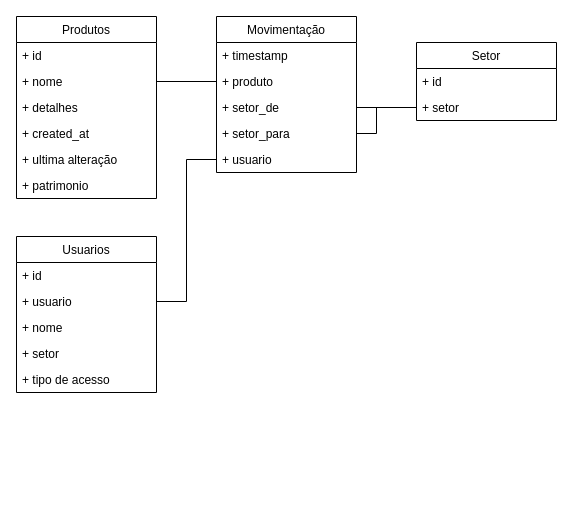
The draw.io diagram docs/banco de dados.drawio in fernando-fix/hebert-project, before the edit. Source tidied: cells renumbered, new cells numbered last; positions are measured from the earlier drawing's top-left corner, leaving out a move shared by most shapes. Both pictures are drawn from the tidied source at 100%, with x=0, y=0 at pixel (16, 16).
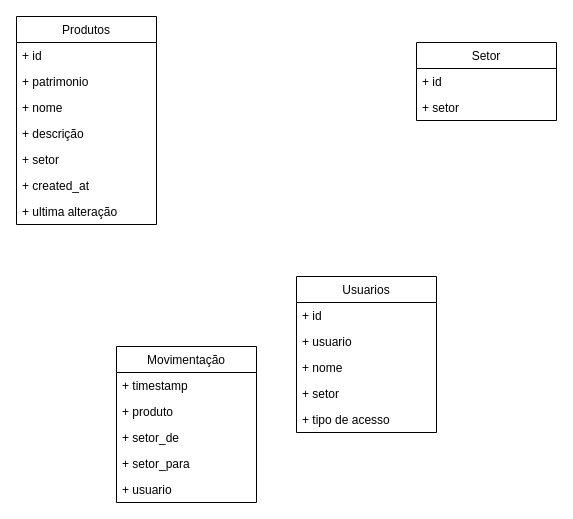
The same diagram, later.

The change refers to these unchanged cells:
```xml
<mxCell id="4" value="+ usuario" style="text;strokeColor=none;fillColor=none;align=left;verticalAlign=top;spacingLeft=4;spacingRight=4;overflow=hidden;points=[[0,0.5],[1,0.5]];portConstraint=eastwest;" parent="2" vertex="1">
  <mxGeometry y="52" width="140" height="26" as="geometry" />
</mxCell>
<mxCell id="17" value="+ produto" style="text;strokeColor=none;fillColor=none;align=left;verticalAlign=top;spacingLeft=4;spacingRight=4;overflow=hidden;points=[[0,0.5],[1,0.5]];portConstraint=eastwest;" parent="15" vertex="1">
  <mxGeometry y="52" width="140" height="26" as="geometry" />
</mxCell>
<mxCell id="18" value="+ setor_de" style="text;strokeColor=none;fillColor=none;align=left;verticalAlign=top;spacingLeft=4;spacingRight=4;overflow=hidden;points=[[0,0.5],[1,0.5]];portConstraint=eastwest;" parent="15" vertex="1">
  <mxGeometry y="78" width="140" height="26" as="geometry" />
</mxCell>
<mxCell id="19" value="+ setor_para" style="text;strokeColor=none;fillColor=none;align=left;verticalAlign=top;spacingLeft=4;spacingRight=4;overflow=hidden;points=[[0,0.5],[1,0.5]];portConstraint=eastwest;" parent="15" vertex="1">
  <mxGeometry y="104" width="140" height="26" as="geometry" />
</mxCell>
<mxCell id="20" value="+ usuario" style="text;strokeColor=none;fillColor=none;align=left;verticalAlign=top;spacingLeft=4;spacingRight=4;overflow=hidden;points=[[0,0.5],[1,0.5]];portConstraint=eastwest;" parent="15" vertex="1">
  <mxGeometry y="130" width="140" height="26" as="geometry" />
</mxCell>
<mxCell id="23" value="+ setor" style="text;strokeColor=none;fillColor=none;align=left;verticalAlign=top;spacingLeft=4;spacingRight=4;overflow=hidden;points=[[0,0.5],[1,0.5]];portConstraint=eastwest;" parent="21" vertex="1">
  <mxGeometry y="52" width="140" height="26" as="geometry" />
</mxCell>
```

Diff of the diagram source:
```diff
@@
     <mxCell id="2" value="Usuarios" style="swimlane;fontStyle=0;horizontal=1;startSize=26;fillColor=none;" parent="1" vertex="1">
-      <mxGeometry y="220" width="140" height="156" as="geometry" />
+      <mxGeometry x="280" y="260" width="140" height="156" as="geometry" />
     </mxCell>
@@
     <mxCell id="8" value="Produtos" style="swimlane;fontStyle=0;horizontal=1;startSize=26;fillColor=none;" parent="1" vertex="1">
-      <mxGeometry width="140" height="182" as="geometry" />
+      <mxGeometry width="140" height="208" as="geometry" />
     </mxCell>
@@
+    <mxCell id="14" value="+ patrimonio" style="text;strokeColor=none;fillColor=none;align=left;verticalAlign=top;spacingLeft=4;spacingRight=4;overflow=hidden;" parent="8" vertex="1">
+      <mxGeometry y="52" width="140" height="26" as="geometry" />
+    </mxCell>
     <mxCell id="10" value="+ nome" style="text;strokeColor=none;fillColor=none;align=left;verticalAlign=top;spacingLeft=4;spacingRight=4;overflow=hidden;points=[[0,0.5],[1,0.5]];portConstraint=eastwest;" parent="8" vertex="1">
-      <mxGeometry y="52" width="140" height="26" as="geometry" />
+      <mxGeometry y="78" width="140" height="26" as="geometry" />
     </mxCell>
-    <mxCell id="11" value="+ detalhes" style="text;strokeColor=none;fillColor=none;align=left;verticalAlign=top;spacingLeft=4;spacingRight=4;overflow=hidden;" parent="8" vertex="1">
-      <mxGeometry y="78" width="140" height="26" as="geometry" />
+    <mxCell id="11" value="+ descrição" style="text;strokeColor=none;fillColor=none;align=left;verticalAlign=top;spacingLeft=4;spacingRight=4;overflow=hidden;" parent="8" vertex="1">
+      <mxGeometry y="104" width="140" height="26" as="geometry" />
     </mxCell>
+    <mxCell id="28" value="+ setor" style="text;strokeColor=none;fillColor=none;align=left;verticalAlign=top;spacingLeft=4;spacingRight=4;overflow=hidden;" parent="8" vertex="1">
+      <mxGeometry y="130" width="140" height="26" as="geometry" />
+    </mxCell>
     <mxCell id="12" value="+ created_at" style="text;strokeColor=none;fillColor=none;align=left;verticalAlign=top;spacingLeft=4;spacingRight=4;overflow=hidden;" parent="8" vertex="1">
-      <mxGeometry y="104" width="140" height="26" as="geometry" />
+      <mxGeometry y="156" width="140" height="26" as="geometry" />
     </mxCell>
     <mxCell id="13" value="+ ultima alteração" style="text;strokeColor=none;fillColor=none;align=left;verticalAlign=top;spacingLeft=4;spacingRight=4;overflow=hidden;" parent="8" vertex="1">
-      <mxGeometry y="130" width="140" height="26" as="geometry" />
+      <mxGeometry y="182" width="140" height="26" as="geometry" />
     </mxCell>
-    <mxCell id="14" value="+ patrimonio" style="text;strokeColor=none;fillColor=none;align=left;verticalAlign=top;spacingLeft=4;spacingRight=4;overflow=hidden;" parent="8" vertex="1">
-      <mxGeometry y="156" width="140" height="26" as="geometry" />
-    </mxCell>
     <mxCell id="15" value="Movimentação" style="swimlane;fontStyle=0;horizontal=1;startSize=26;fillColor=none;" parent="1" vertex="1">
-      <mxGeometry x="200" width="140" height="156" as="geometry" />
+      <mxGeometry x="100" y="330" width="140" height="156" as="geometry" />
     </mxCell>
@@
-    <mxCell id="24" style="endArrow=none;html=1;rounded=0;entryX=0;entryY=0.5;entryDx=0;entryDy=0;exitX=1;exitY=0.5;exitDx=0;exitDy=0;" parent="1" edge="1" source="10" target="17">
-      <mxGeometry relative="1" as="geometry" />
-    </mxCell>
-    <mxCell id="25" style="endArrow=none;html=1;rounded=0;entryX=0;entryY=0.5;entryDx=0;entryDy=0;exitX=1;exitY=0.5;exitDx=0;exitDy=0;" parent="1" edge="1" source="18" target="23">
-      <mxGeometry relative="1" as="geometry" />
-    </mxCell>
-    <mxCell id="26" style="endArrow=none;html=1;rounded=0;entryX=0;entryY=0.5;entryDx=0;entryDy=0;exitX=1;exitY=0.5;exitDx=0;exitDy=0;" parent="1" edge="1" source="19" target="23">
-      <mxGeometry relative="1" as="geometry">
-        <Array as="points">
-          <mxPoint x="360" y="117" />
-          <mxPoint x="360" y="91" />
-        </Array>
-      </mxGeometry>
-    </mxCell>
-    <mxCell id="27" style="endArrow=none;html=1;rounded=0;entryX=0;entryY=0.5;entryDx=0;entryDy=0;exitX=1;exitY=0.5;exitDx=0;exitDy=0;" parent="1" edge="1" source="4" target="20">
-      <mxGeometry relative="1" as="geometry">
-        <Array as="points">
-          <mxPoint x="170" y="285" />
-          <mxPoint x="170" y="143" />
-        </Array>
-      </mxGeometry>
-    </mxCell>
```
